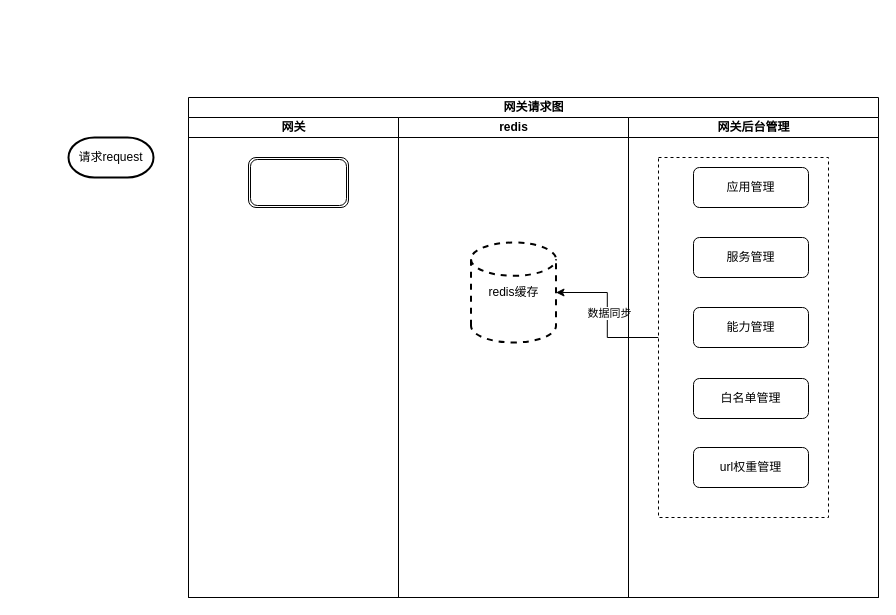
Earlier version of the draw.io diagram 教育网关图.drawio (liangdengming/diagrams). Source tidied: cells renumbered, new cells numbered last; positions are measured from the earlier drawing's top-left corner, leaving out a move shared by most shapes. Both pictures are drawn from the tidied source at 100%, with x=0, y=0 at pixel (68, 97).
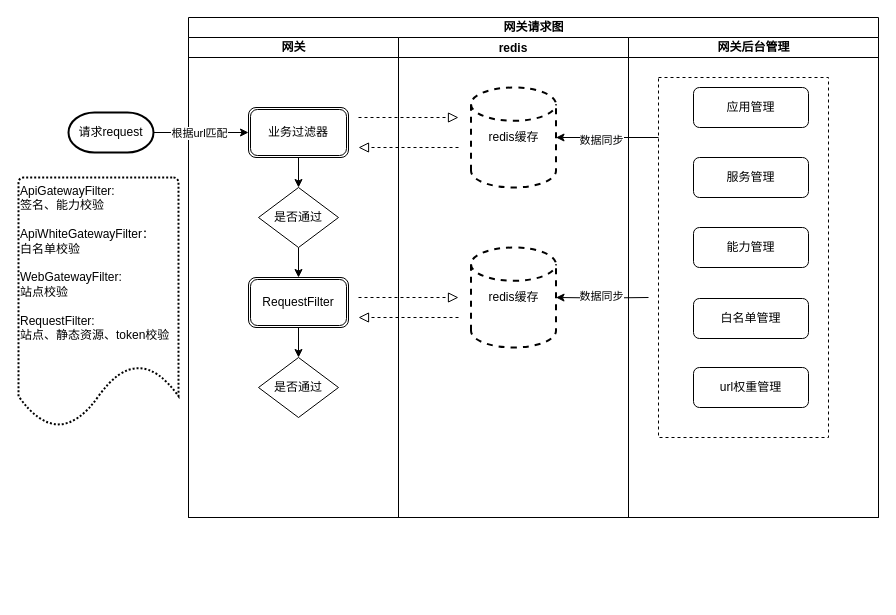
The same diagram, later.

Commit message (it also covers changes not shown here):
更新教育网关图.drawio

Unchanged cells that the change refers to:
```xml
<mxCell id="3" value="网关" style="swimlane;startSize=20;html=1;" parent="2" vertex="1">
  <mxGeometry y="20" width="210" height="480" as="geometry" />
</mxCell>
<mxCell id="10" style="rounded=0;whiteSpace=wrap;html=1;dashed=1;" parent="9" vertex="1">
  <mxGeometry x="30" y="40" width="170" height="360" as="geometry" />
</mxCell>
```

Diff of the diagram source:
```diff
@@
     <mxCell id="2" value="网关请求图" style="swimlane;startSize=20;html=1;" parent="1" vertex="1">
-      <mxGeometry x="120" width="690" height="500" as="geometry" />
+      <mxGeometry x="120" y="-80" width="690" height="500" as="geometry" />
     </mxCell>
@@
+    <mxCell id="17" style="edgeStyle=orthogonalEdgeStyle;rounded=0;jettySize=auto;html=1;fontColor=#020203;" parent="3" edge="1" source="4" target="21">
+      <mxGeometry relative="1" as="geometry" />
+    </mxCell>
-    <mxCell id="4" style="shape=ext;double=1;rounded=1;whiteSpace=wrap;html=1;" parent="3" vertex="1">
-      <mxGeometry x="60" y="40" width="100" height="50" as="geometry" />
+    <mxCell id="4" value="业务过滤器" style="shape=ext;double=1;rounded=1;whiteSpace=wrap;html=1;" parent="3" vertex="1">
+      <mxGeometry x="60" y="70" width="100" height="50" as="geometry" />
     </mxCell>
+    <mxCell id="18" style="edgeStyle=orthogonalEdgeStyle;rounded=0;jettySize=auto;html=1;fontColor=#020203;" parent="3" edge="1" source="19" target="22">
+      <mxGeometry relative="1" as="geometry" />
+    </mxCell>
+    <mxCell id="19" value="RequestFilter" style="shape=ext;double=1;rounded=1;whiteSpace=wrap;html=1;" parent="3" vertex="1">
+      <mxGeometry x="60" y="240" width="100" height="50" as="geometry" />
+    </mxCell>
+    <mxCell id="20" style="edgeStyle=orthogonalEdgeStyle;rounded=0;jettySize=auto;html=1;entryX=0.5;entryY=0;entryDx=0;entryDy=0;fontColor=#020203;" parent="3" edge="1" source="21" target="19">
+      <mxGeometry relative="1" as="geometry" />
+    </mxCell>
+    <mxCell id="21" value="是否通过" style="rhombus;whiteSpace=wrap;html=1;labelBackgroundColor=#FFFFFF;fontColor=#020203;" parent="3" vertex="1">
+      <mxGeometry x="70" y="150" width="80" height="60" as="geometry" />
+    </mxCell>
+    <mxCell id="22" value="是否通过" style="rhombus;whiteSpace=wrap;html=1;labelBackgroundColor=#FFFFFF;fontColor=#020203;" parent="3" vertex="1">
+      <mxGeometry x="70" y="320" width="80" height="60" as="geometry" />
+    </mxCell>
+    <mxCell id="7" style="edgeStyle=orthogonalEdgeStyle;rounded=0;jettySize=auto;html=1;" parent="2" edge="1" target="6">
+      <mxGeometry relative="1" as="geometry">
+        <mxPoint x="460" y="280" as="sourcePoint" />
+      </mxGeometry>
+    </mxCell>
+    <mxCell id="8" value="数据同步" style="edgeLabel;html=1;align=center;verticalAlign=middle;" parent="7" vertex="1">
+      <mxGeometry x="0.03" y="-2" relative="1" as="geometry" />
+    </mxCell>
-    <mxCell id="5" value="redis" style="swimlane;startSize=20;html=1;" parent="2" vertex="1">
+    <mxCell id="5" value="redis" style="swimlane;startSize=20;" parent="2" vertex="1">
       <mxGeometry x="210" y="20" width="230" height="480" as="geometry" />
     </mxCell>
     <mxCell id="6" value="redis缓存" style="strokeWidth=2;html=1;shape=mxgraph.flowchart.database;whiteSpace=wrap;dashed=1;" parent="5" vertex="1">
-      <mxGeometry x="72.5" y="125" width="85" height="100" as="geometry" />
+      <mxGeometry x="72.5" y="210" width="85" height="100" as="geometry" />
     </mxCell>
-    <mxCell id="7" style="edgeStyle=orthogonalEdgeStyle;rounded=0;jettySize=auto;html=1;exitX=0;exitY=0.5;exitDx=0;exitDy=0;" parent="2" edge="1" source="10" target="6">
-      <mxGeometry relative="1" as="geometry" />
-    </mxCell>
-    <mxCell id="8" value="数据同步" style="edgeLabel;html=1;align=center;verticalAlign=middle;" parent="7" vertex="1">
-      <mxGeometry x="0.03" y="-2" relative="1" as="geometry" />
-    </mxCell>
+    <mxCell id="23" style="endArrow=block;startArrow=none;endFill=0;startFill=0;endSize=8;html=1;verticalAlign=bottom;dashed=1;labelBackgroundColor=none;rounded=0;fontColor=#020203;" parent="5" edge="1">
+      <mxGeometry relative="1" as="geometry">
+        <mxPoint x="60" y="280" as="sourcePoint" />
+        <mxPoint x="-40" y="280" as="targetPoint" />
+      </mxGeometry>
+    </mxCell>
+    <mxCell id="24" style="endArrow=block;startArrow=none;endFill=0;startFill=0;endSize=8;html=1;verticalAlign=bottom;dashed=1;labelBackgroundColor=none;rounded=0;fontColor=#020203;" parent="5" edge="1">
+      <mxGeometry relative="1" as="geometry">
+        <mxPoint x="-40" y="260" as="sourcePoint" />
+        <mxPoint x="60" y="260" as="targetPoint" />
+      </mxGeometry>
+    </mxCell>
+    <mxCell id="25" style="endArrow=block;startArrow=none;endFill=0;startFill=0;endSize=8;html=1;verticalAlign=bottom;dashed=1;labelBackgroundColor=none;rounded=0;fontColor=#020203;" parent="5" edge="1">
+      <mxGeometry relative="1" as="geometry">
+        <mxPoint x="-40" y="80" as="sourcePoint" />
+        <mxPoint x="60" y="80" as="targetPoint" />
+      </mxGeometry>
+    </mxCell>
+    <mxCell id="26" style="endArrow=block;startArrow=none;endFill=0;startFill=0;endSize=8;html=1;verticalAlign=bottom;dashed=1;labelBackgroundColor=none;rounded=0;fontColor=#020203;" parent="5" edge="1">
+      <mxGeometry relative="1" as="geometry">
+        <mxPoint x="60" y="110" as="sourcePoint" />
+        <mxPoint x="-40" y="110" as="targetPoint" />
+      </mxGeometry>
+    </mxCell>
+    <mxCell id="27" value="redis缓存" style="strokeWidth=2;html=1;shape=mxgraph.flowchart.database;whiteSpace=wrap;dashed=1;" parent="5" vertex="1">
+      <mxGeometry x="72.5" y="50" width="85" height="100" as="geometry" />
+    </mxCell>
@@
+    <mxCell id="28" style="edgeStyle=orthogonalEdgeStyle;rounded=0;jettySize=auto;html=1;entryX=1;entryY=0.5;entryDx=0;entryDy=0;entryPerimeter=0;fontColor=#020203;" parent="2" edge="1" source="10" target="27">
+      <mxGeometry relative="1" as="geometry">
+        <Array as="points">
+          <mxPoint x="420" y="120" />
+          <mxPoint x="420" y="120" />
+        </Array>
+      </mxGeometry>
+    </mxCell>
+    <mxCell id="29" value="数据同步" style="edgeLabel;html=1;align=center;verticalAlign=middle;fontColor=#020203;" parent="28" vertex="1">
+      <mxGeometry x="0.13" y="2" relative="1" as="geometry" />
+    </mxCell>
+    <mxCell id="30" style="edgeStyle=orthogonalEdgeStyle;rounded=0;jettySize=auto;html=1;exitX=1;exitY=0.5;exitDx=0;exitDy=0;exitPerimeter=0;" parent="1" edge="1" source="16" target="4">
+      <mxGeometry relative="1" as="geometry" />
+    </mxCell>
+    <mxCell id="31" value="根据url匹配" style="edgeLabel;html=1;align=center;verticalAlign=middle;" parent="30" vertex="1">
+      <mxGeometry x="-0.05" relative="1" as="geometry" />
+    </mxCell>
     <mxCell id="16" value="请求request" style="strokeWidth=2;html=1;shape=mxgraph.flowchart.terminator;whiteSpace=wrap;" parent="1" vertex="1">
-      <mxGeometry y="40" width="85" height="40" as="geometry" />
+      <mxGeometry y="15" width="85" height="40" as="geometry" />
     </mxCell>
+    <mxCell id="32" value="ApiGatewayFilter:&lt;br&gt;签名、能力校验&lt;br&gt;&lt;br&gt;ApiWhiteGatewayFilter：&lt;br&gt;白名单校验&lt;br&gt;&lt;br&gt;WebGatewayFilter:&lt;br&gt;站点校验&lt;br&gt;&lt;br&gt;RequestFilter:&lt;br&gt;站点、静态资源、token校验" style="strokeWidth=2;html=1;shape=mxgraph.flowchart.document2;whiteSpace=wrap;size=0.25;labelBackgroundColor=#FFFFFF;dashed=1;dashPattern=1 1;align=left;verticalAlign=top;" parent="1" vertex="1">
+      <mxGeometry x="-50" y="80" width="160" height="250" as="geometry" />
+    </mxCell>
```
